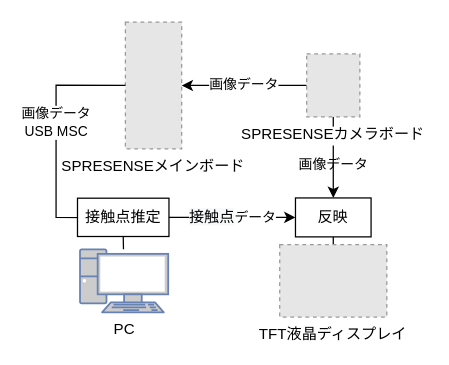
Earlier version of the draw.io diagram プロトタイプ.drawio (ryosuzaki/Sensing-Solution-2020). Source tidied: cells renumbered, new cells numbered last; positions are measured from the earlier drawing's top-left corner, leaving out a move shared by most shapes. Both pictures are drawn from the tidied source at 126%, with x=0, y=0 at pixel (55, 21). Pictures stored in the file or linked from it are replaced by grey dashed boxes.
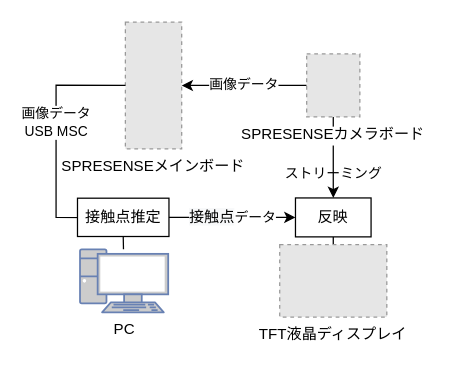
The same page after the edit.

Commit message:
プロトタイプ.drawio を更新します

What changed in the source:
```diff
@@
 <mxGraphModel>
   <root>
     <mxCell id="0" />
     <mxCell id="1" parent="0" />
     <mxCell id="2" value="SPRESENSEメインボード" style="fillColor=#E6E6E6;strokeColor=#999999;dashed=1;verticalLabelPosition=bottom;labelBackgroundColor=default;verticalAlign=top;" parent="1" vertex="1">
       <mxGeometry x="55" width="44.7" height="100.7" as="geometry" />
     </mxCell>
     <mxCell id="3" value="画像データ" style="edgeStyle=orthogonalEdgeStyle;rounded=0;jettySize=auto;html=1;entryX=1;entryY=0.5;entryDx=0;entryDy=0;" parent="1" edge="1" source="13" target="2">
       <mxGeometry relative="1" as="geometry" />
     </mxCell>
     <mxCell id="4" value="画像データ&lt;br&gt;USB MSC" style="endArrow=classic;html=1;rounded=0;entryX=0;entryY=0.5;entryDx=0;entryDy=0;exitX=0;exitY=0.5;exitDx=0;exitDy=0;" parent="1" edge="1">
       <mxGeometry x="-0.14" relative="1" as="geometry">
         <mxPoint x="55" y="50.3" as="sourcePoint" />
         <mxPoint x="37.4" y="155.2" as="targetPoint" />
         <Array as="points">
           <mxPoint y="50" />
           <mxPoint y="155" />
         </Array>
       </mxGeometry>
     </mxCell>
     <mxCell id="5" value="接触点推定" style="rounded=0;whiteSpace=wrap;html=1;" parent="1" vertex="1">
       <mxGeometry x="17" y="139.8" width="72.6" height="30.4" as="geometry" />
     </mxCell>
     <mxCell id="6" value="&lt;font color=&quot;#000000&quot;&gt;PC&lt;/font&gt;" style="fontColor=#0066CC;verticalAlign=top;verticalLabelPosition=bottom;labelPosition=center;align=center;html=1;outlineConnect=0;fillColor=#CCCCCC;strokeColor=#6881B3;gradientColor=none;gradientDirection=north;strokeWidth=2;shape=mxgraph.networks.pc;" parent="1" vertex="1">
       <mxGeometry x="19" y="180.4" width="70" height="50" as="geometry" />
     </mxCell>
     <mxCell id="7" style="endArrow=none;html=1;rounded=0;entryX=0.5;entryY=1;entryDx=0;entryDy=0;" parent="1" edge="1" source="6" target="5">
       <mxGeometry relative="1" as="geometry" />
     </mxCell>
     <mxCell id="8" value="反映" style="rounded=0;whiteSpace=wrap;html=1;" parent="1" vertex="1">
       <mxGeometry x="190" y="139.6" width="60" height="30.9" as="geometry" />
     </mxCell>
     <mxCell id="9" value="&lt;span style=&quot;font-size: 12px; background-color: rgb(248, 249, 250);&quot;&gt;接触点&lt;/span&gt;データ" style="endArrow=classic;html=1;rounded=0;exitX=1;exitY=0.5;exitDx=0;exitDy=0;entryX=0;entryY=0.5;entryDx=0;entryDy=0;" parent="1" edge="1" source="5" target="8">
       <mxGeometry relative="1" as="geometry" />
     </mxCell>
     <mxCell id="10" style="endArrow=none;html=1;rounded=0;entryX=0.5;entryY=1;entryDx=0;entryDy=0;exitX=0.5;exitY=0;exitDx=0;exitDy=0;" parent="1" edge="1" source="11" target="8">
       <mxGeometry relative="1" as="geometry" />
     </mxCell>
     <mxCell id="11" value="TFT液晶ディスプレイ" style="fillColor=#E6E6E6;strokeColor=#999999;dashed=1;verticalLabelPosition=bottom;labelBackgroundColor=default;verticalAlign=top;" parent="1" vertex="1">
       <mxGeometry x="177.5" y="176.7" width="85" height="57.4" as="geometry" />
     </mxCell>
-    <mxCell id="12" value="&#10;&lt;span style=&quot;color: rgb(0, 0, 0); font-family: Helvetica; font-size: 11px; font-style: normal; font-variant-ligatures: normal; font-variant-caps: normal; font-weight: 400; letter-spacing: normal; orphans: 2; text-align: center; text-indent: 0px; text-transform: none; widows: 2; word-spacing: 0px; -webkit-text-stroke-width: 0px; text-decoration-thickness: initial; text-decoration-style: initial; text-decoration-color: initial; float: none; display: inline !important;&quot;&gt;画像データ&lt;/span&gt;&#10;&#10;" style="edgeStyle=orthogonalEdgeStyle;rounded=0;jettySize=auto;html=1;exitX=0.5;exitY=1;exitDx=0;exitDy=0;entryX=0.5;entryY=0;entryDx=0;entryDy=0;fontColor=#000000;labelBackgroundColor=none;" parent="1" edge="1" source="13" target="8">
+    <mxCell id="12" value="ストリーミング" style="edgeStyle=orthogonalEdgeStyle;rounded=0;jettySize=auto;html=1;exitX=0.5;exitY=1;exitDx=0;exitDy=0;entryX=0.5;entryY=0;entryDx=0;entryDy=0;fontColor=#000000;labelBackgroundColor=none;" parent="1" edge="1" source="13" target="8">
       <mxGeometry x="0.39" relative="1" as="geometry" />
     </mxCell>
     <mxCell id="13" value="SPRESENSEカメラボード" style="fillColor=#E6E6E6;strokeColor=#999999;dashed=1;verticalLabelPosition=bottom;labelBackgroundColor=default;verticalAlign=top;" parent="1" vertex="1">
       <mxGeometry x="198.9" y="25.3" width="42.2" height="50" as="geometry" />
     </mxCell>
   </root>
 </mxGraphModel>
```
